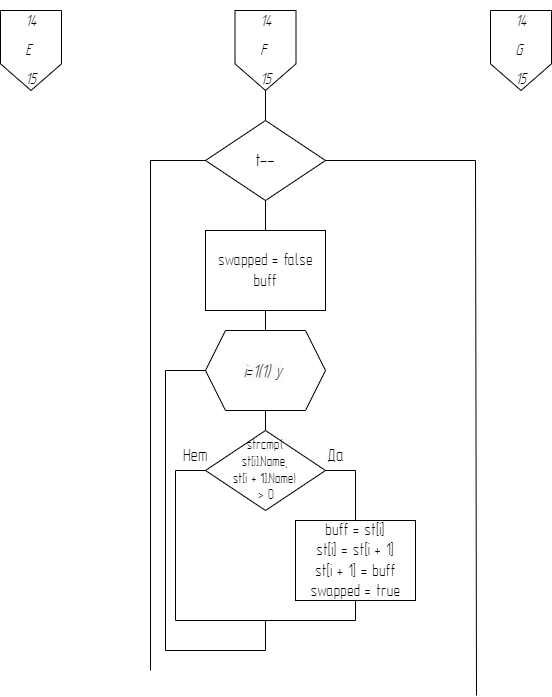
Earlier version of the draw.io export Pkactika_Sort_4.png (KirillBaboshko/Practika). Source tidied: cells renumbered, new cells last; positions are measured from the earlier drawing's top-left corner, leaving out a move shared by most shapes.
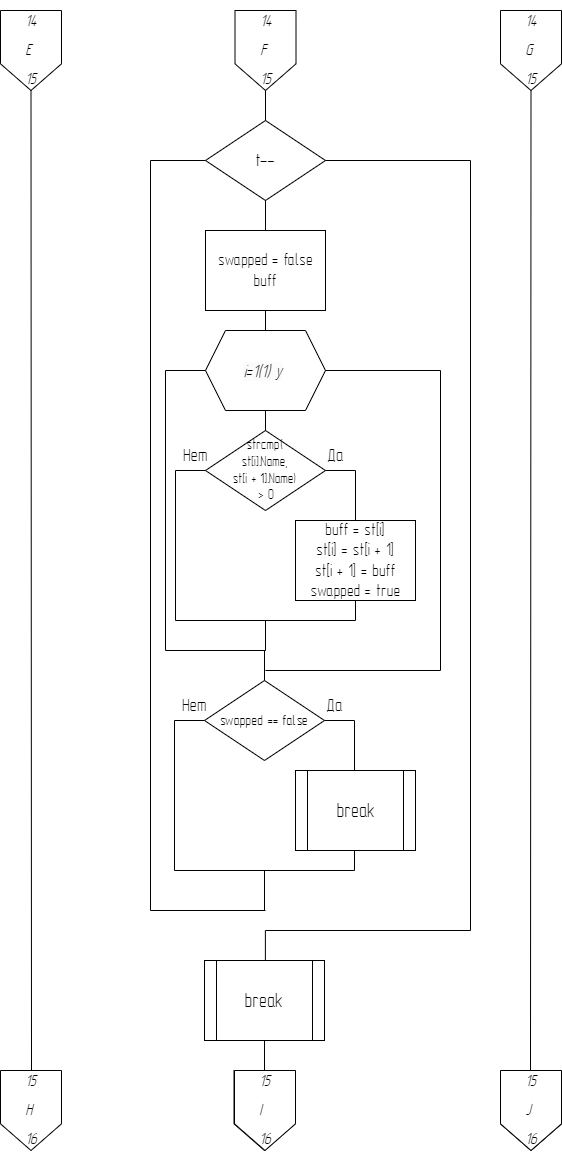
After the change.

The edit, as a diff of the source:
```diff
@@ -15,10 +15,10 @@
       <mxGeometry x="240.8" y="12.5" width="48.5" height="55" as="geometry" />
     </mxCell>
     <mxCell id="6" style="verticalLabelPosition=bottom;verticalAlign=top;html=1;shape=offPageConnector;rounded=0;size=0.33333333333333337;" parent="1" vertex="1">
-      <mxGeometry x="490" width="61" height="80" as="geometry" />
+      <mxGeometry x="500" width="61" height="80" as="geometry" />
     </mxCell>
     <mxCell id="7" value="&lt;p style=&quot;text-align: justify; margin-left: 0.4pt; line-height: 9.15pt; font-size: 16px;&quot; class=&quot;MsoNormal&quot;&gt;&lt;font face=&quot;GOST Type A&quot;&gt;&lt;i&gt;14&lt;/i&gt;&lt;/font&gt;&lt;/p&gt;&lt;p style=&quot;text-align: justify; margin-left: 0.4pt; line-height: 9.15pt; font-size: 16px;&quot; class=&quot;MsoNormal&quot;&gt;&lt;font face=&quot;GOST Type A&quot;&gt;&lt;i&gt;G&lt;/i&gt;&lt;/font&gt;&lt;/p&gt;&lt;p style=&quot;text-align: justify; margin-left: 0.4pt; line-height: 9.15pt; font-size: 16px;&quot; class=&quot;MsoNormal&quot;&gt;&lt;font face=&quot;GOST Type A&quot;&gt;&lt;i&gt;15&lt;/i&gt;&lt;/font&gt;&lt;/p&gt;" style="text;html=1;strokeColor=none;fillColor=none;align=center;verticalAlign=middle;whiteSpace=wrap;rounded=0;" parent="1" vertex="1">
-      <mxGeometry x="496.2" y="12.5" width="48.5" height="55" as="geometry" />
+      <mxGeometry x="506.2" y="12.5" width="48.5" height="55" as="geometry" />
     </mxCell>
     <mxCell id="8" style="endArrow=none;html=1;rounded=0;entryX=0.5;entryY=1;entryDx=0;entryDy=0;exitX=0.5;exitY=0;exitDx=0;exitDy=0;" parent="1" edge="1" source="9" target="4">
       <mxGeometry relative="1" as="geometry" />
@@ -57,22 +57,15 @@
     <mxCell id="16" value="&lt;font style=&quot;font-size: 14px;&quot; face=&quot;GOST Type A&quot;&gt;strcmp(&lt;br&gt;st[i].Name, &lt;br&gt;st[i + 1].Name)&lt;br&gt;&amp;nbsp;&amp;gt; 0&lt;/font&gt;" style="rhombus;whiteSpace=wrap;html=1;" parent="1" vertex="1">
       <mxGeometry x="205" y="420" width="120" height="80" as="geometry" />
     </mxCell>
-    <mxCell id="17" style="endArrow=none;html=1;rounded=0;entryX=0;entryY=0.5;entryDx=0;entryDy=0;exitX=0.5;exitY=0;exitDx=0;exitDy=0;" parent="1" edge="1" target="9">
+    <mxCell id="17" style="endArrow=none;html=1;rounded=0;entryX=0;entryY=0.5;entryDx=0;entryDy=0;" parent="1" edge="1" target="9">
       <mxGeometry relative="1" as="geometry">
-        <mxPoint x="150" y="660" as="sourcePoint" />
+        <mxPoint x="265" y="900" as="sourcePoint" />
         <Array as="points">
+          <mxPoint x="150" y="900" />
           <mxPoint x="150" y="150" />
         </Array>
       </mxGeometry>
     </mxCell>
-    <mxCell id="18" style="endArrow=none;html=1;rounded=0;entryX=1;entryY=0.5;entryDx=0;entryDy=0;" parent="1" edge="1" target="9">
-      <mxGeometry relative="1" as="geometry">
-        <mxPoint x="476" y="685" as="sourcePoint" />
-        <Array as="points">
-          <mxPoint x="475" y="150" />
-        </Array>
-      </mxGeometry>
-    </mxCell>
     <mxCell id="19" style="endArrow=none;html=1;rounded=0;exitX=1;exitY=0.5;exitDx=0;exitDy=0;" parent="1" edge="1">
       <mxGeometry relative="1" as="geometry">
         <mxPoint x="325" y="460" as="sourcePoint" />
@@ -116,5 +109,129 @@
         <mxPoint x="265" y="640" as="targetPoint" />
       </mxGeometry>
     </mxCell>
+    <mxCell id="27" value="&lt;font style=&quot;font-size: 15px;&quot; face=&quot;GOST Type A&quot;&gt;swapped == false&lt;/font&gt;" style="rhombus;whiteSpace=wrap;html=1;" parent="1" vertex="1">
+      <mxGeometry x="204" y="670" width="120" height="80" as="geometry" />
+    </mxCell>
+    <mxCell id="28" style="endArrow=none;html=1;rounded=0;exitX=1;exitY=0.5;exitDx=0;exitDy=0;" parent="1" edge="1">
+      <mxGeometry relative="1" as="geometry">
+        <mxPoint x="324" y="710" as="sourcePoint" />
+        <mxPoint x="354" y="760" as="targetPoint" />
+        <Array as="points">
+          <mxPoint x="354" y="710" />
+        </Array>
+      </mxGeometry>
+    </mxCell>
+    <mxCell id="29" value="&lt;font style=&quot;font-size: 18px;&quot; face=&quot;GOST Type A&quot;&gt;Да&lt;/font&gt;" style="text;html=1;strokeColor=none;fillColor=none;align=center;verticalAlign=middle;whiteSpace=wrap;rounded=0;" parent="1" vertex="1">
+      <mxGeometry x="304" y="680" width="60" height="30" as="geometry" />
+    </mxCell>
+    <mxCell id="30" style="endArrow=none;html=1;rounded=0;entryX=0;entryY=0.5;entryDx=0;entryDy=0;" parent="1" edge="1" target="27">
+      <mxGeometry relative="1" as="geometry">
+        <mxPoint x="174" y="860" as="sourcePoint" />
+        <Array as="points">
+          <mxPoint x="174" y="710" />
+        </Array>
+      </mxGeometry>
+    </mxCell>
+    <mxCell id="31" style="endArrow=none;html=1;rounded=0;entryX=0.5;entryY=1;entryDx=0;entryDy=0;" parent="1" edge="1">
+      <mxGeometry relative="1" as="geometry">
+        <mxPoint x="354" y="860" as="sourcePoint" />
+        <mxPoint x="354" y="840" as="targetPoint" />
+      </mxGeometry>
+    </mxCell>
+    <mxCell id="32" style="endArrow=none;html=1;rounded=0;" parent="1" edge="1">
+      <mxGeometry relative="1" as="geometry">
+        <mxPoint x="174" y="860" as="sourcePoint" />
+        <mxPoint x="354" y="860" as="targetPoint" />
+      </mxGeometry>
+    </mxCell>
+    <mxCell id="33" value="&lt;font face=&quot;GOST Type A&quot;&gt;&lt;span style=&quot;font-size: 18px;&quot;&gt;Нет&lt;/span&gt;&lt;/font&gt;" style="text;html=1;strokeColor=none;fillColor=none;align=center;verticalAlign=middle;whiteSpace=wrap;rounded=0;" parent="1" vertex="1">
+      <mxGeometry x="164" y="680" width="60" height="30" as="geometry" />
+    </mxCell>
+    <mxCell id="34" value="&lt;font style=&quot;font-size: 20px;&quot; face=&quot;GOST Type A&quot;&gt;break&lt;/font&gt;" style="shape=process;whiteSpace=wrap;html=1;backgroundOutline=1;" parent="1" vertex="1">
+      <mxGeometry x="295" y="760" width="120" height="80" as="geometry" />
+    </mxCell>
+    <mxCell id="35" style="endArrow=none;html=1;rounded=0;" parent="1" edge="1">
+      <mxGeometry relative="1" as="geometry">
+        <mxPoint x="264" y="900" as="sourcePoint" />
+        <mxPoint x="264" y="860" as="targetPoint" />
+      </mxGeometry>
+    </mxCell>
+    <mxCell id="36" style="endArrow=none;html=1;rounded=0;entryX=0.5;entryY=0;entryDx=0;entryDy=0;" parent="1" edge="1" target="27">
+      <mxGeometry relative="1" as="geometry">
+        <mxPoint x="264" y="640" as="sourcePoint" />
+      </mxGeometry>
+    </mxCell>
+    <mxCell id="37" style="endArrow=none;html=1;rounded=0;entryX=1;entryY=0.5;entryDx=0;entryDy=0;" parent="1" edge="1" target="12">
+      <mxGeometry relative="1" as="geometry">
+        <mxPoint x="265" y="660" as="sourcePoint" />
+        <Array as="points">
+          <mxPoint x="440" y="660" />
+          <mxPoint x="440" y="360" />
+        </Array>
+      </mxGeometry>
+    </mxCell>
+    <mxCell id="38" style="endArrow=none;html=1;rounded=0;entryX=1;entryY=0.5;entryDx=0;entryDy=0;" parent="1" edge="1" target="9">
+      <mxGeometry relative="1" as="geometry">
+        <mxPoint x="265" y="920" as="sourcePoint" />
+        <Array as="points">
+          <mxPoint x="470" y="920" />
+          <mxPoint x="470" y="150" />
+        </Array>
+      </mxGeometry>
+    </mxCell>
+    <mxCell id="39" style="endArrow=none;html=1;rounded=0;" parent="1" edge="1">
+      <mxGeometry relative="1" as="geometry">
+        <mxPoint x="264.9" y="920" as="sourcePoint" />
+        <mxPoint x="264.9" y="950.7" as="targetPoint" />
+      </mxGeometry>
+    </mxCell>
+    <mxCell id="40" value="&lt;font style=&quot;font-size: 20px;&quot; face=&quot;GOST Type A&quot;&gt;break&lt;/font&gt;" style="shape=process;whiteSpace=wrap;html=1;backgroundOutline=1;" parent="1" vertex="1">
+      <mxGeometry x="204" y="950" width="120" height="80" as="geometry" />
+    </mxCell>
+    <mxCell id="41" style="endArrow=none;html=1;rounded=0;exitX=0.5;exitY=1;exitDx=0;exitDy=0;" parent="1" edge="1" source="40">
+      <mxGeometry relative="1" as="geometry">
+        <mxPoint x="264" y="1060" as="targetPoint" />
+      </mxGeometry>
+    </mxCell>
+    <mxCell id="42" style="endArrow=none;html=1;rounded=0;entryX=0.5;entryY=1;entryDx=0;entryDy=0;" parent="1" edge="1" target="6">
+      <mxGeometry relative="1" as="geometry">
+        <mxPoint x="530" y="1060.9" as="sourcePoint" />
+      </mxGeometry>
+    </mxCell>
+    <mxCell id="43" style="endArrow=none;html=1;rounded=0;entryX=0.5;entryY=1;entryDx=0;entryDy=0;" parent="1" edge="1" target="2">
+      <mxGeometry relative="1" as="geometry">
+        <mxPoint x="31" y="1060" as="sourcePoint" />
+      </mxGeometry>
+    </mxCell>
+    <mxCell id="44" style="verticalLabelPosition=bottom;verticalAlign=top;html=1;shape=offPageConnector;rounded=0;size=0.33333333333333337;" parent="1" vertex="1">
+      <mxGeometry x="500" y="1060" width="61" height="80" as="geometry" />
+    </mxCell>
+    <mxCell id="45" value="&lt;p style=&quot;text-align: justify; margin-left: 0.4pt; line-height: 9.15pt; font-size: 16px;&quot; class=&quot;MsoNormal&quot;&gt;&lt;font face=&quot;GOST Type A&quot;&gt;&lt;i&gt;14&lt;/i&gt;&lt;/font&gt;&lt;/p&gt;&lt;p style=&quot;text-align: justify; margin-left: 0.4pt; line-height: 9.15pt; font-size: 16px;&quot; class=&quot;MsoNormal&quot;&gt;&lt;font face=&quot;GOST Type A&quot;&gt;&lt;i&gt;G&lt;/i&gt;&lt;/font&gt;&lt;/p&gt;&lt;p style=&quot;text-align: justify; margin-left: 0.4pt; line-height: 9.15pt; font-size: 16px;&quot; class=&quot;MsoNormal&quot;&gt;&lt;font face=&quot;GOST Type A&quot;&gt;&lt;i&gt;15&lt;/i&gt;&lt;/font&gt;&lt;/p&gt;" style="text;html=1;strokeColor=none;fillColor=none;align=center;verticalAlign=middle;whiteSpace=wrap;rounded=0;" parent="1" vertex="1">
+      <mxGeometry x="506.2" y="1072.5" width="48.5" height="55" as="geometry" />
+    </mxCell>
+    <mxCell id="46" style="verticalLabelPosition=bottom;verticalAlign=top;html=1;shape=offPageConnector;rounded=0;size=0.33333333333333337;" parent="1" vertex="1">
+      <mxGeometry x="233.5" y="1060" width="61" height="80" as="geometry" />
+    </mxCell>
+    <mxCell id="47" value="&lt;p style=&quot;text-align: justify; margin-left: 0.4pt; line-height: 9.15pt; font-size: 16px;&quot; class=&quot;MsoNormal&quot;&gt;&lt;font face=&quot;GOST Type A&quot;&gt;&lt;i&gt;14&lt;/i&gt;&lt;/font&gt;&lt;/p&gt;&lt;p style=&quot;text-align: justify; margin-left: 0.4pt; line-height: 9.15pt; font-size: 16px;&quot; class=&quot;MsoNormal&quot;&gt;&lt;font face=&quot;GOST Type A&quot;&gt;&lt;i&gt;G&lt;/i&gt;&lt;/font&gt;&lt;/p&gt;&lt;p style=&quot;text-align: justify; margin-left: 0.4pt; line-height: 9.15pt; font-size: 16px;&quot; class=&quot;MsoNormal&quot;&gt;&lt;font face=&quot;GOST Type A&quot;&gt;&lt;i&gt;15&lt;/i&gt;&lt;/font&gt;&lt;/p&gt;" style="text;html=1;strokeColor=none;fillColor=none;align=center;verticalAlign=middle;whiteSpace=wrap;rounded=0;" parent="1" vertex="1">
+      <mxGeometry x="239.8" y="1072.5" width="48.5" height="55" as="geometry" />
+    </mxCell>
+    <mxCell id="48" style="verticalLabelPosition=bottom;verticalAlign=top;html=1;shape=offPageConnector;rounded=0;size=0.33333333333333337;" parent="1" vertex="1">
+      <mxGeometry y="1060" width="61" height="80" as="geometry" />
+    </mxCell>
+    <mxCell id="49" value="&lt;p style=&quot;text-align: justify; margin-left: 0.4pt; line-height: 9.15pt; font-size: 16px;&quot; class=&quot;MsoNormal&quot;&gt;&lt;font face=&quot;GOST Type A&quot;&gt;&lt;i&gt;15&lt;/i&gt;&lt;/font&gt;&lt;/p&gt;&lt;p style=&quot;text-align: justify; margin-left: 0.4pt; line-height: 9.15pt; font-size: 16px;&quot; class=&quot;MsoNormal&quot;&gt;&lt;font face=&quot;GOST Type A&quot;&gt;&lt;i&gt;H&lt;/i&gt;&lt;/font&gt;&lt;/p&gt;&lt;p style=&quot;text-align: justify; margin-left: 0.4pt; line-height: 9.15pt; font-size: 16px;&quot; class=&quot;MsoNormal&quot;&gt;&lt;font face=&quot;GOST Type A&quot;&gt;&lt;i&gt;16&lt;/i&gt;&lt;/font&gt;&lt;/p&gt;" style="text;html=1;strokeColor=none;fillColor=none;align=center;verticalAlign=middle;whiteSpace=wrap;rounded=0;" parent="1" vertex="1">
+      <mxGeometry x="6.2" y="1072.5" width="48.5" height="55" as="geometry" />
+    </mxCell>
+    <mxCell id="50" style="verticalLabelPosition=bottom;verticalAlign=top;html=1;shape=offPageConnector;rounded=0;size=0.33333333333333337;" parent="1" vertex="1">
+      <mxGeometry x="234" y="1060" width="61" height="80" as="geometry" />
+    </mxCell>
+    <mxCell id="51" value="&lt;p style=&quot;text-align: justify; margin-left: 0.4pt; line-height: 9.15pt; font-size: 16px;&quot; class=&quot;MsoNormal&quot;&gt;&lt;font face=&quot;GOST Type A&quot;&gt;&lt;i&gt;15&lt;/i&gt;&lt;/font&gt;&lt;/p&gt;&lt;p style=&quot;text-align: justify; margin-left: 0.4pt; line-height: 9.15pt; font-size: 16px;&quot; class=&quot;MsoNormal&quot;&gt;&lt;font face=&quot;GOST Type A&quot;&gt;&lt;i&gt;I&lt;/i&gt;&lt;/font&gt;&lt;/p&gt;&lt;p style=&quot;text-align: justify; margin-left: 0.4pt; line-height: 9.15pt; font-size: 16px;&quot; class=&quot;MsoNormal&quot;&gt;&lt;font face=&quot;GOST Type A&quot;&gt;&lt;i&gt;16&lt;/i&gt;&lt;/font&gt;&lt;/p&gt;" style="text;html=1;strokeColor=none;fillColor=none;align=center;verticalAlign=middle;whiteSpace=wrap;rounded=0;" parent="1" vertex="1">
+      <mxGeometry x="240.2" y="1072.5" width="48.5" height="55" as="geometry" />
+    </mxCell>
+    <mxCell id="52" style="verticalLabelPosition=bottom;verticalAlign=top;html=1;shape=offPageConnector;rounded=0;size=0.33333333333333337;" parent="1" vertex="1">
+      <mxGeometry x="500" y="1060" width="61" height="80" as="geometry" />
+    </mxCell>
+    <mxCell id="53" value="&lt;p style=&quot;text-align: justify; margin-left: 0.4pt; line-height: 9.15pt; font-size: 16px;&quot; class=&quot;MsoNormal&quot;&gt;&lt;font face=&quot;GOST Type A&quot;&gt;&lt;i&gt;15&lt;/i&gt;&lt;/font&gt;&lt;/p&gt;&lt;p style=&quot;text-align: justify; margin-left: 0.4pt; line-height: 9.15pt; font-size: 16px;&quot; class=&quot;MsoNormal&quot;&gt;&lt;font face=&quot;GOST Type A&quot;&gt;&lt;i&gt;J&lt;/i&gt;&lt;/font&gt;&lt;/p&gt;&lt;p style=&quot;text-align: justify; margin-left: 0.4pt; line-height: 9.15pt; font-size: 16px;&quot; class=&quot;MsoNormal&quot;&gt;&lt;font face=&quot;GOST Type A&quot;&gt;&lt;i&gt;16&lt;/i&gt;&lt;/font&gt;&lt;/p&gt;" style="text;html=1;strokeColor=none;fillColor=none;align=center;verticalAlign=middle;whiteSpace=wrap;rounded=0;" parent="1" vertex="1">
+      <mxGeometry x="506.2" y="1072.5" width="48.5" height="55" as="geometry" />
+    </mxCell>
   </root>
 </mxGraphModel>
```
